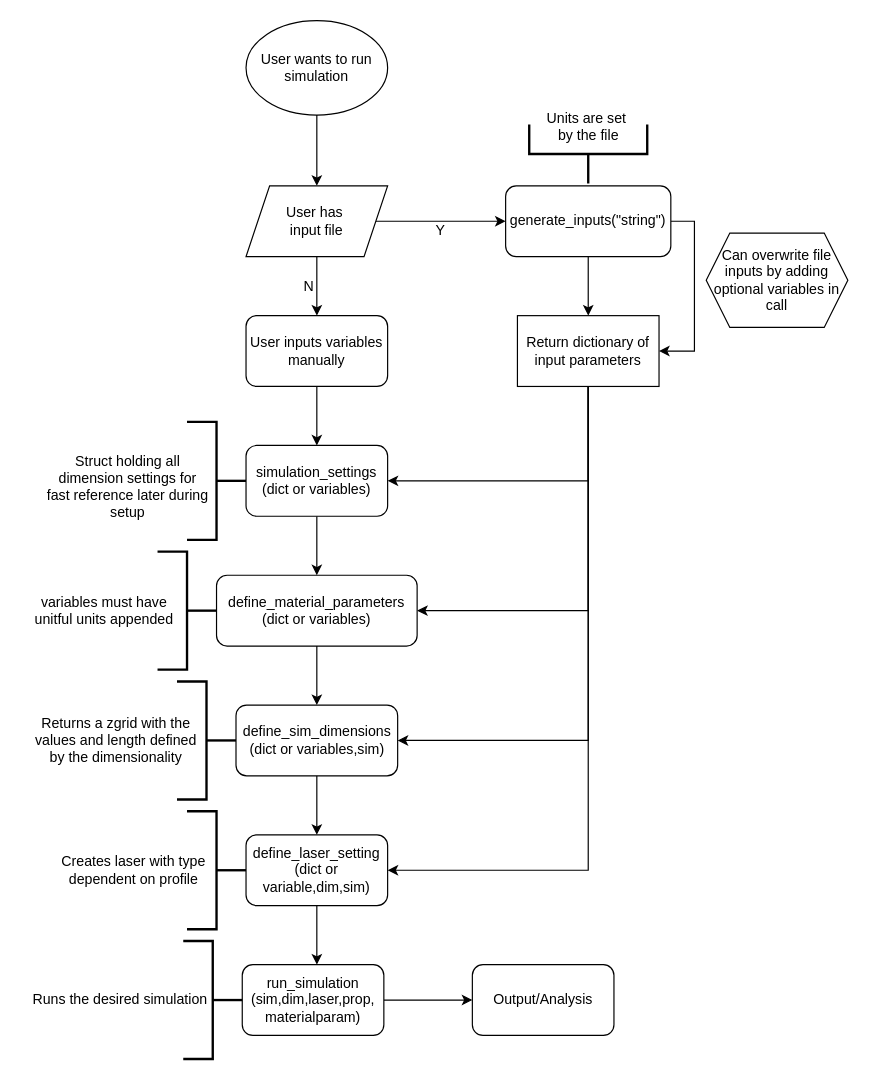
The draw.io diagram page "Code Flow" (1 of 5) of CodeStructure.drawio in maurergroup/LightMatter.jl, before the edit. Source tidied: cells renumbered, new cells numbered last; positions are measured from the earlier drawing's top-left corner, leaving out a move shared by most shapes. Both pictures are drawn from the tidied source at 118%, with x=0, y=0 at pixel (19, 20).
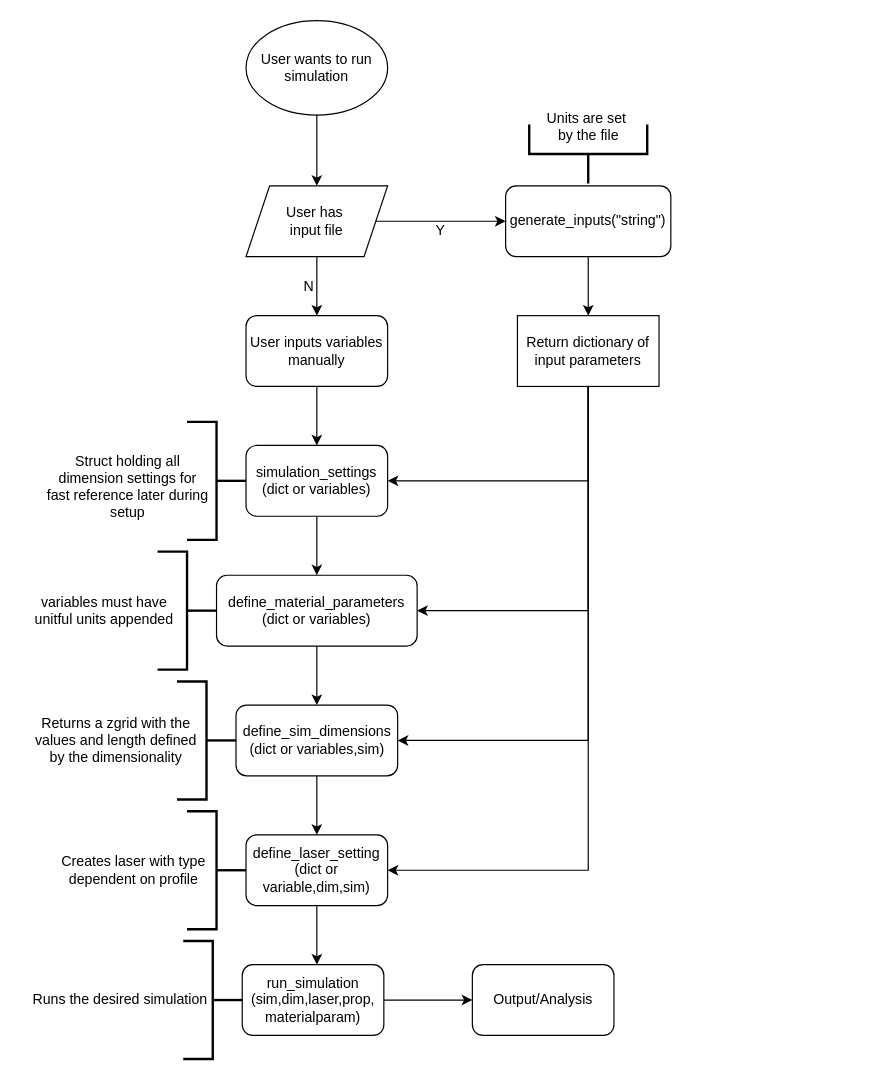
After the change.

Unchanged cells that the change refers to:
```xml
<mxCell id="9" value="generate_inputs(&quot;string&quot;)" style="rounded=1;whiteSpace=wrap;html=1;" parent="1" vertex="1">
  <mxGeometry x="412" y="140" width="140" height="60" as="geometry" />
</mxCell>
<mxCell id="15" value="Return dictionary of input parameters" style="rounded=0;whiteSpace=wrap;html=1;" parent="1" vertex="1">
  <mxGeometry x="422" y="250" width="120" height="60" as="geometry" />
</mxCell>
```

What changed in the source:
```diff
@@
-    <mxCell id="8" style="edgeStyle=orthogonalEdgeStyle;rounded=0;jettySize=auto;html=1;exitX=1;exitY=0.5;exitDx=0;exitDy=0;entryX=1;entryY=0.5;entryDx=0;entryDy=0;" parent="1" edge="1" source="9" target="15">
-      <mxGeometry relative="1" as="geometry" />
-    </mxCell>
@@
-    <mxCell id="16" value="Can overwrite file inputs by adding optional variables in call" style="shape=hexagon;perimeter=hexagonPerimeter2;whiteSpace=wrap;html=1;fixedSize=1;" parent="1" vertex="1">
-      <mxGeometry x="582" y="180" width="120" height="80" as="geometry" />
-    </mxCell>
```
